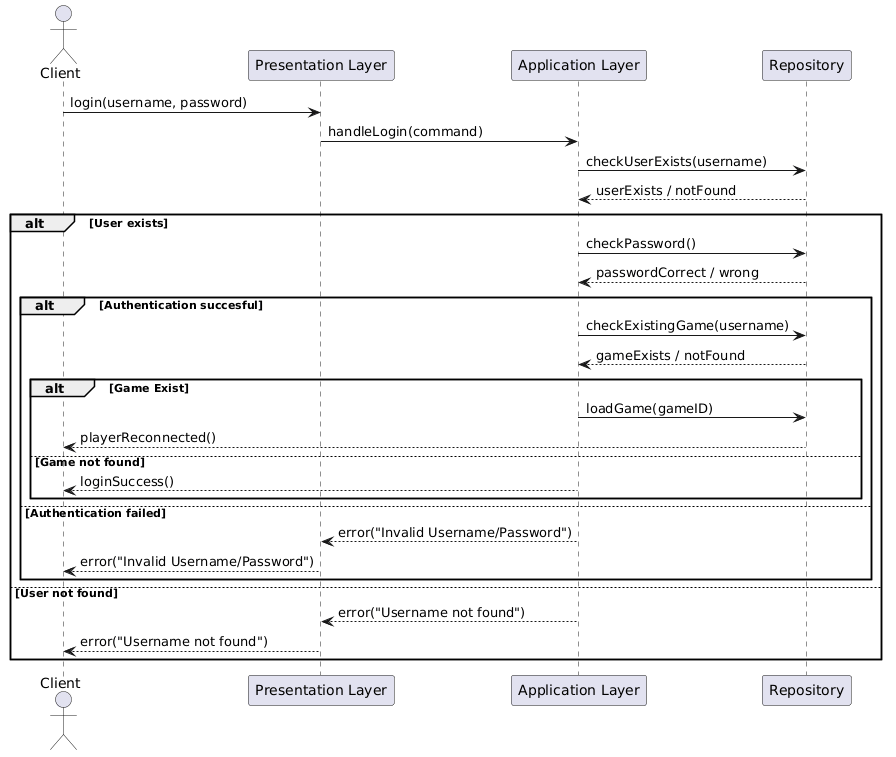
Before: diagrams/sequence/login-sequence-diagram.png, a diagram exported from PlantUML (gabbosanti/distributed-hanabi-template).
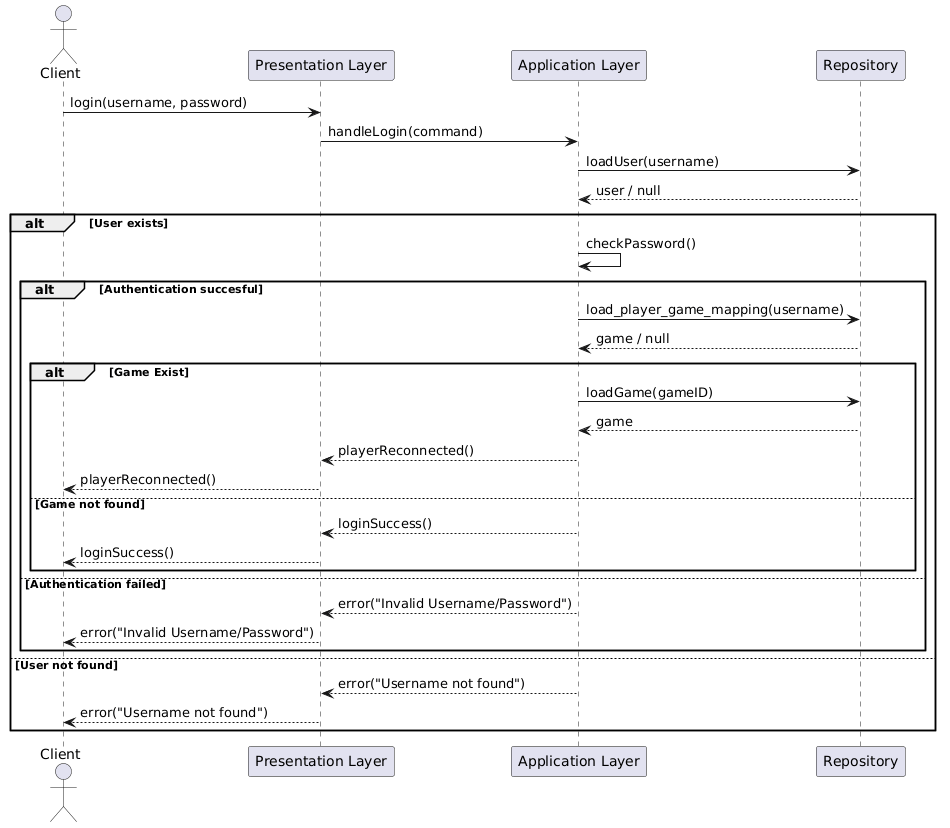
After the change.

Commit message:
Added game move diagram and updated login/register

The edit, as a diff of the source:
```diff
@@ -9,20 +9,22 @@
 Client -> Presentation : login(username, password)
 Presentation -> Application : handleLogin(command)
 
-Application -> Repository : checkUserExists(username)
-Repository --> Application : userExists / notFound
+Application -> Repository : loadUser(username)
+Repository --> Application : user / null
 
 alt User exists
-Application -> Repository : checkPassword()
-Repository --> Application : passwordCorrect / wrong
+Application -> Application : checkPassword()
     alt Authentication succesful
-        Application -> Repository : checkExistingGame(username)
-        Repository --> Application : gameExists / notFound
+        Application -> Repository : load_player_game_mapping(username)
+        Repository --> Application : game / null
             alt Game Exist
                 Application -> Repository : loadGame(gameID)
-                Repository -->  Client : playerReconnected()
+                Repository --> Application : game
+                Application -->  Presentation : playerReconnected()
+                Presentation --> Client : playerReconnected()
             else Game not found
-                Application --> Client : loginSuccess()
+                Application --> Presentation : loginSuccess()
+                Presentation --> Client : loginSuccess()
             end
     else Authentication failed
         Application --> Presentation  : error("Invalid Username/Password")
```
